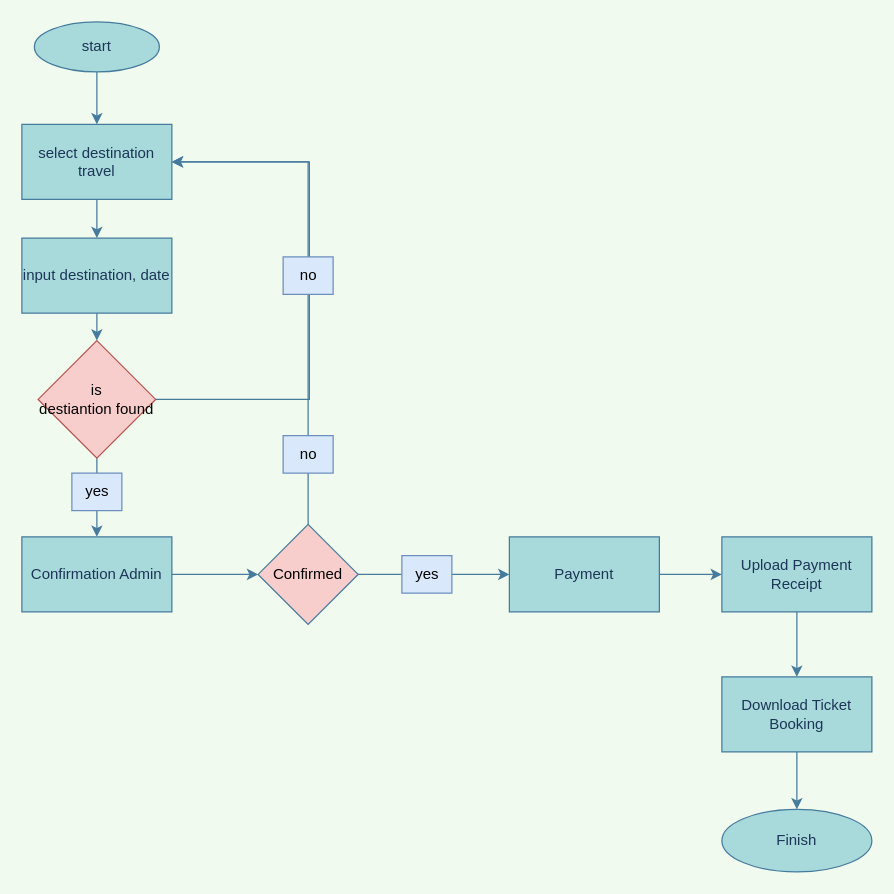
wahyupambudi/project-travel keeps this draw.io diagram as page "Reservasi" (2 of 2) of Flowchart/Travelindo Website.drawio. Above is the earlier version. Source tidied: cells renumbered, new cells numbered last; positions are measured from the earlier drawing's top-left corner, leaving out a move shared by most shapes. Both pictures are drawn from the tidied source at 125%, with x=0, y=0 at pixel (21, 21).
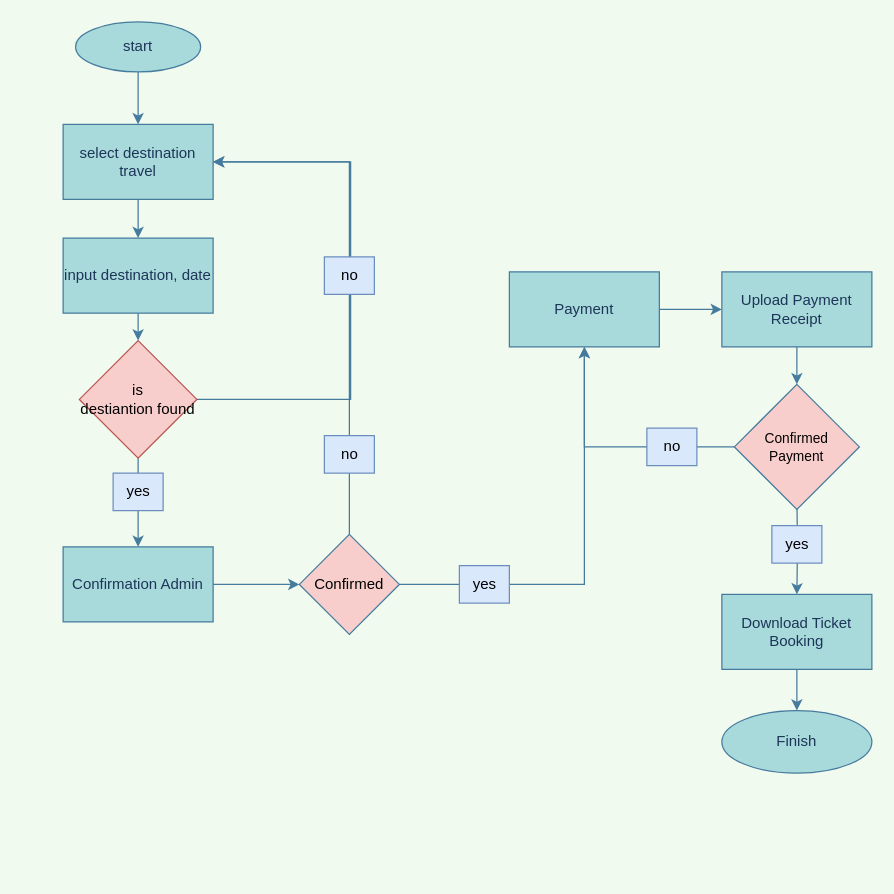
The same page after the edit.

What changed in the source:
```diff
@@
     <mxCell id="3" value="start" style="ellipse;whiteSpace=wrap;html=1;fontColor=#1D3557;strokeColor=#457B9D;fillColor=#A8DADC;" parent="1" vertex="1">
-      <mxGeometry x="10" width="100" height="40" as="geometry" />
+      <mxGeometry x="43" width="100" height="40" as="geometry" />
     </mxCell>
@@
     <mxCell id="5" value="select destination travel" style="whiteSpace=wrap;html=1;fillColor=#A8DADC;strokeColor=#457B9D;fontColor=#1D3557;" parent="1" vertex="1">
-      <mxGeometry y="82" width="120" height="60" as="geometry" />
+      <mxGeometry x="33" y="82" width="120" height="60" as="geometry" />
     </mxCell>
@@
     <mxCell id="7" style="edgeStyle=orthogonalEdgeStyle;jettySize=auto;html=1;fontColor=#1D3557;strokeColor=#457B9D;fillColor=#A8DADC;entryX=1;entryY=0.5;entryDx=0;entryDy=0;rounded=0;" parent="1" edge="1" source="8" target="5">
       <mxGeometry relative="1" as="geometry">
         <Array as="points">
-          <mxPoint x="230" y="302" />
-          <mxPoint x="230" y="112" />
+          <mxPoint x="263" y="302" />
+          <mxPoint x="263" y="112" />
         </Array>
       </mxGeometry>
     </mxCell>
     <mxCell id="8" value="&lt;div&gt;is &lt;br&gt;&lt;/div&gt;&lt;div&gt;destiantion found&lt;/div&gt;" style="rhombus;whiteSpace=wrap;html=1;fillColor=#f8cecc;strokeColor=#b85450;" parent="1" vertex="1">
-      <mxGeometry x="13" y="255" width="94" height="94" as="geometry" />
+      <mxGeometry x="46" y="255" width="94" height="94" as="geometry" />
     </mxCell>
@@
     <mxCell id="10" value="Confirmation Admin" style="whiteSpace=wrap;html=1;fillColor=#A8DADC;strokeColor=#457B9D;fontColor=#1D3557;" parent="1" vertex="1">
-      <mxGeometry y="412" width="120" height="60" as="geometry" />
+      <mxGeometry x="33" y="420" width="120" height="60" as="geometry" />
     </mxCell>
     <mxCell id="11" value="yes" style="text;html=1;align=center;verticalAlign=middle;strokeColor=#6c8ebf;fillColor=#dae8fc;" parent="1" vertex="1">
-      <mxGeometry x="40" y="361" width="40" height="30" as="geometry" />
+      <mxGeometry x="73" y="361" width="40" height="30" as="geometry" />
     </mxCell>
@@
     <mxCell id="13" value="input destination, date" style="whiteSpace=wrap;html=1;fillColor=#A8DADC;strokeColor=#457B9D;fontColor=#1D3557;" parent="1" vertex="1">
-      <mxGeometry y="173" width="120" height="60" as="geometry" />
+      <mxGeometry x="33" y="173" width="120" height="60" as="geometry" />
     </mxCell>
     <mxCell id="14" style="edgeStyle=orthogonalEdgeStyle;rounded=0;jettySize=auto;html=1;strokeColor=#457B9D;entryX=1;entryY=0.5;entryDx=0;entryDy=0;exitX=0.5;exitY=0;exitDx=0;exitDy=0;" parent="1" edge="1" source="16" target="5">
       <mxGeometry relative="1" as="geometry">
         <Array as="points">
-          <mxPoint x="229" y="112" />
+          <mxPoint x="262" y="112" />
         </Array>
       </mxGeometry>
     </mxCell>
@@
     <mxCell id="16" value="Confirmed" style="rhombus;whiteSpace=wrap;html=1;fillColor=#F8CECC;strokeColor=#457B9D;fontColor=#00000;" parent="1" vertex="1">
-      <mxGeometry x="189" y="402" width="80" height="80" as="geometry" />
+      <mxGeometry x="222" y="410" width="80" height="80" as="geometry" />
     </mxCell>
     <mxCell id="17" value="yes" style="text;html=1;align=center;verticalAlign=middle;strokeColor=#6c8ebf;fillColor=#dae8fc;" parent="1" vertex="1">
-      <mxGeometry x="304" y="427" width="40" height="30" as="geometry" />
+      <mxGeometry x="350" y="435" width="40" height="30" as="geometry" />
     </mxCell>
@@
     <mxCell id="19" value="Payment" style="whiteSpace=wrap;html=1;fillColor=#A8DADC;strokeColor=#457B9D;fontColor=#1D3557;" parent="1" vertex="1">
-      <mxGeometry x="390" y="412" width="120" height="60" as="geometry" />
+      <mxGeometry x="390" y="200" width="120" height="60" as="geometry" />
     </mxCell>
-    <mxCell id="20" style="edgeStyle=orthogonalEdgeStyle;rounded=0;jettySize=auto;html=1;strokeColor=#457B9D;" parent="1" edge="1" source="21" target="23">
-      <mxGeometry relative="1" as="geometry" />
+    <mxCell id="20" style="edgeStyle=orthogonalEdgeStyle;rounded=0;jettySize=auto;html=1;strokeColor=#457B9D;" parent="1" edge="1" target="23">
+      <mxGeometry relative="1" as="geometry">
+        <mxPoint x="620" y="380" as="sourcePoint" />
+      </mxGeometry>
     </mxCell>
+    <mxCell id="27" style="edgeStyle=orthogonalEdgeStyle;rounded=0;jettySize=auto;html=1;fontColor=#00000;strokeColor=#457B9D;" parent="1" edge="1" source="21" target="29">
+      <mxGeometry relative="1" as="geometry" />
+    </mxCell>
     <mxCell id="21" value="Upload Payment Receipt" style="whiteSpace=wrap;html=1;fillColor=#A8DADC;strokeColor=#457B9D;fontColor=#1D3557;" parent="1" vertex="1">
-      <mxGeometry x="560" y="412" width="120" height="60" as="geometry" />
+      <mxGeometry x="560" y="200" width="120" height="60" as="geometry" />
     </mxCell>
@@
     <mxCell id="23" value="Download Ticket Booking" style="whiteSpace=wrap;html=1;fillColor=#A8DADC;strokeColor=#457B9D;fontColor=#1D3557;" parent="1" vertex="1">
-      <mxGeometry x="560" y="524" width="120" height="60" as="geometry" />
+      <mxGeometry x="560" y="458" width="120" height="60" as="geometry" />
     </mxCell>
     <mxCell id="24" value="Finish" style="ellipse;whiteSpace=wrap;html=1;fillColor=#A8DADC;strokeColor=#457B9D;fontColor=#1D3557;" parent="1" vertex="1">
-      <mxGeometry x="560" y="630" width="120" height="50" as="geometry" />
+      <mxGeometry x="560" y="551" width="120" height="50" as="geometry" />
     </mxCell>
     <mxCell id="25" value="no" style="text;html=1;align=center;verticalAlign=middle;strokeColor=#6c8ebf;fillColor=#dae8fc;" parent="1" vertex="1">
-      <mxGeometry x="209" y="188" width="40" height="30" as="geometry" />
+      <mxGeometry x="242" y="188" width="40" height="30" as="geometry" />
     </mxCell>
     <mxCell id="26" value="no" style="text;html=1;align=center;verticalAlign=middle;strokeColor=#6c8ebf;fillColor=#dae8fc;" parent="1" vertex="1">
-      <mxGeometry x="209" y="331" width="40" height="30" as="geometry" />
+      <mxGeometry x="242" y="331" width="40" height="30" as="geometry" />
     </mxCell>
+    <mxCell id="28" style="edgeStyle=orthogonalEdgeStyle;rounded=0;jettySize=auto;html=1;fontColor=#000000;strokeColor=#457B9D;entryX=0.5;entryY=1;entryDx=0;entryDy=0;" parent="1" edge="1" source="29" target="19">
+      <mxGeometry relative="1" as="geometry" />
+    </mxCell>
+    <mxCell id="29" value="&lt;div&gt;&lt;font style=&quot;font-size: 11px;&quot;&gt;Confirmed&lt;br&gt;&lt;/font&gt;&lt;/div&gt;&lt;div&gt;&lt;font style=&quot;font-size: 11px;&quot;&gt;Payment&lt;/font&gt;&lt;/div&gt;" style="rhombus;whiteSpace=wrap;html=1;fillColor=#F8CECC;strokeColor=#457B9D;fontColor=#000000;" parent="1" vertex="1">
+      <mxGeometry x="570" y="290" width="100" height="100" as="geometry" />
+    </mxCell>
+    <mxCell id="30" value="no" style="text;html=1;align=center;verticalAlign=middle;strokeColor=#6c8ebf;fillColor=#dae8fc;" parent="1" vertex="1">
+      <mxGeometry x="500" y="325" width="40" height="30" as="geometry" />
+    </mxCell>
+    <mxCell id="31" value="yes" style="text;html=1;align=center;verticalAlign=middle;strokeColor=#6c8ebf;fillColor=#dae8fc;" parent="1" vertex="1">
+      <mxGeometry x="600" y="403" width="40" height="30" as="geometry" />
+    </mxCell>
```
